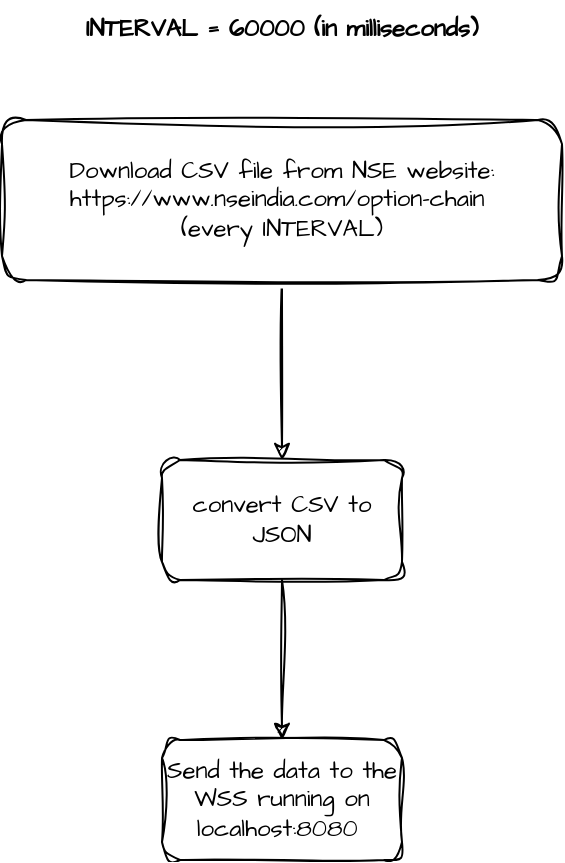
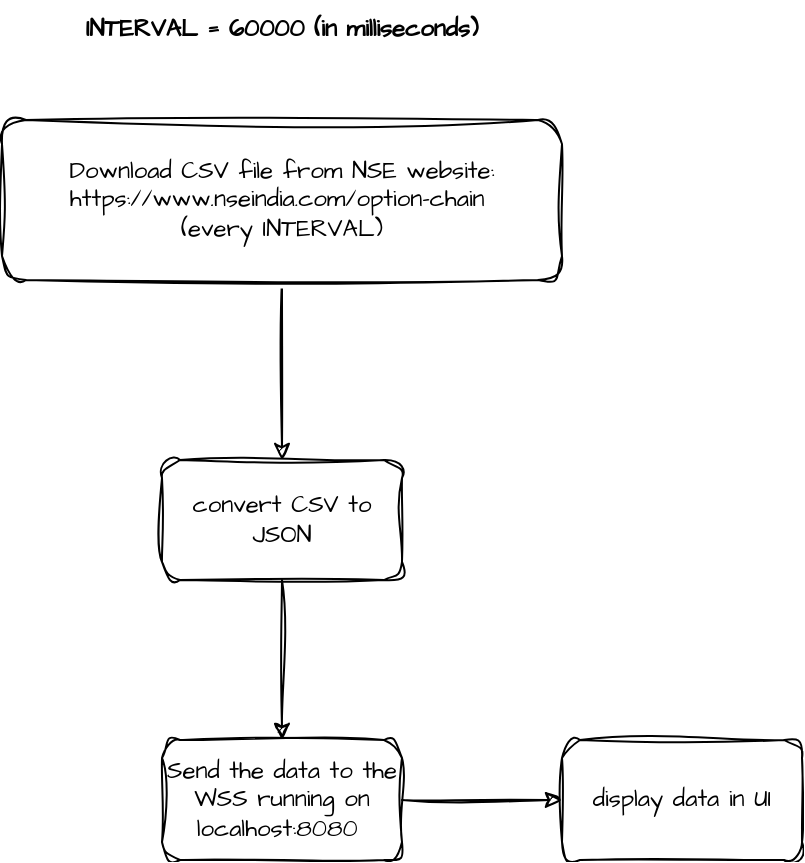
<mxfile host="app.diagrams.net" pages="7">
  <diagram id="DJJglXgiiesMZdZrMfj2" name="NSE OI Ticker">
    <mxGraphModel dx="1357" dy="626" grid="1" gridSize="10" guides="1" tooltips="1" connect="1" arrows="1" fold="1" page="0" pageScale="1" pageWidth="402" pageHeight="874" math="0" shadow="0">
      <root>
        <mxCell id="0" />
        <mxCell id="1" parent="0" />
        <mxCell id="Dn79RjD0hEObntO6noCi-4" edge="1" parent="1" source="Dn79RjD0hEObntO6noCi-1" style="edgeStyle=orthogonalEdgeStyle;rounded=0;sketch=1;hachureGap=4;jiggle=2;curveFitting=1;orthogonalLoop=1;jettySize=auto;html=1;fontFamily=Architects Daughter;fontSource=https%3A%2F%2Ffonts.googleapis.com%2Fcss%3Ffamily%3DArchitects%2BDaughter;" target="Dn79RjD0hEObntO6noCi-3" value="">
          <mxGeometry relative="1" as="geometry" />
        </mxCell>
        <mxCell id="Dn79RjD0hEObntO6noCi-1" parent="1" style="rounded=1;whiteSpace=wrap;html=1;sketch=1;hachureGap=4;jiggle=2;curveFitting=1;fontFamily=Architects Daughter;fontSource=https%3A%2F%2Ffonts.googleapis.com%2Fcss%3Ffamily%3DArchitects%2BDaughter;" value="&lt;div&gt;Download CSV file from NSE website: https://www.nseindia.com/option-chain&amp;nbsp;&lt;/div&gt;&lt;div&gt;(every INTERVAL)&lt;/div&gt;" vertex="1">
          <mxGeometry height="80" width="280" x="-30" y="120" as="geometry" />
        </mxCell>
        <mxCell id="Dn79RjD0hEObntO6noCi-2" parent="1" style="text;html=1;whiteSpace=wrap;strokeColor=none;fillColor=none;align=center;verticalAlign=middle;rounded=0;fontFamily=Architects Daughter;fontSource=https%3A%2F%2Ffonts.googleapis.com%2Fcss%3Ffamily%3DArchitects%2BDaughter;fontStyle=1" value="INTERVAL = 60000 (in milliseconds)" vertex="1">
          <mxGeometry height="30" width="220" y="60" as="geometry" />
        </mxCell>
        <mxCell id="Dn79RjD0hEObntO6noCi-6" edge="1" parent="1" source="Dn79RjD0hEObntO6noCi-3" style="edgeStyle=orthogonalEdgeStyle;rounded=0;sketch=1;hachureGap=4;jiggle=2;curveFitting=1;orthogonalLoop=1;jettySize=auto;html=1;fontFamily=Architects Daughter;fontSource=https%3A%2F%2Ffonts.googleapis.com%2Fcss%3Ffamily%3DArchitects%2BDaughter;" target="Dn79RjD0hEObntO6noCi-5" value="">
          <mxGeometry relative="1" as="geometry" />
        </mxCell>
        <mxCell id="Dn79RjD0hEObntO6noCi-3" parent="1" style="whiteSpace=wrap;html=1;fontFamily=Architects Daughter;rounded=1;sketch=1;hachureGap=4;jiggle=2;curveFitting=1;fontSource=https%3A%2F%2Ffonts.googleapis.com%2Fcss%3Ffamily%3DArchitects%2BDaughter;" value="convert CSV to JSON" vertex="1">
          <mxGeometry height="60" width="120" x="50" y="290" as="geometry" />
        </mxCell>
+         <mxCell id="Dn79RjD0hEObntO6noCi-8" edge="1" parent="1" source="Dn79RjD0hEObntO6noCi-5" style="edgeStyle=orthogonalEdgeStyle;rounded=0;sketch=1;hachureGap=4;jiggle=2;curveFitting=1;orthogonalLoop=1;jettySize=auto;html=1;fontFamily=Architects Daughter;fontSource=https%3A%2F%2Ffonts.googleapis.com%2Fcss%3Ffamily%3DArchitects%2BDaughter;" target="Dn79RjD0hEObntO6noCi-7" value="">
+           <mxGeometry relative="1" as="geometry" />
+         </mxCell>
        <mxCell id="Dn79RjD0hEObntO6noCi-5" parent="1" style="whiteSpace=wrap;html=1;fontFamily=Architects Daughter;rounded=1;sketch=1;hachureGap=4;jiggle=2;curveFitting=1;fontSource=https%3A%2F%2Ffonts.googleapis.com%2Fcss%3Ffamily%3DArchitects%2BDaughter;" value="Send the data to the WSS running on localhost:8080&amp;nbsp;" vertex="1">
          <mxGeometry height="60" width="120" x="50" y="430" as="geometry" />
+         </mxCell>
+         <mxCell id="Dn79RjD0hEObntO6noCi-7" parent="1" style="whiteSpace=wrap;html=1;fontFamily=Architects Daughter;rounded=1;sketch=1;hachureGap=4;jiggle=2;curveFitting=1;fontSource=https%3A%2F%2Ffonts.googleapis.com%2Fcss%3Ffamily%3DArchitects%2BDaughter;" value="display data in UI" vertex="1">
+           <mxGeometry height="60" width="120" x="250" y="430" as="geometry" />
        </mxCell>
      </root>
    </mxGraphModel>
  </diagram>
  <diagram id="4BpxD9aP9KdIrpdj0uMA" name="Arbitrage Page">
    <mxGraphModel dx="1357" dy="1026" grid="1" gridSize="10" guides="1" tooltips="1" connect="1" arrows="1" fold="1" page="0" pageScale="1" pageWidth="402" pageHeight="874" math="0" shadow="0">
      <root>
        <mxCell id="0" />
        <mxCell id="1" parent="0" />
        <mxCell id="s9Nx30N8KHW5dVmqoR0w-8" edge="1" parent="1" source="s9Nx30N8KHW5dVmqoR0w-1" style="edgeStyle=orthogonalEdgeStyle;rounded=0;sketch=1;hachureGap=4;jiggle=2;curveFitting=1;orthogonalLoop=1;jettySize=auto;html=1;strokeColor=#60E696;fontFamily=Architects Daughter;fontSource=https%3A%2F%2Ffonts.googleapis.com%2Fcss%3Ffamily%3DArchitects%2BDaughter;fontColor=#095C86;fillColor=#F694C1;" target="s9Nx30N8KHW5dVmqoR0w-7" value="">
          <mxGeometry relative="1" as="geometry" />
        </mxCell>
        <mxCell id="s9Nx30N8KHW5dVmqoR0w-16" edge="1" parent="1" source="s9Nx30N8KHW5dVmqoR0w-1" style="edgeStyle=orthogonalEdgeStyle;rounded=0;sketch=1;hachureGap=4;jiggle=2;curveFitting=1;orthogonalLoop=1;jettySize=auto;html=1;strokeColor=#60E696;fontFamily=Architects Daughter;fontSource=https%3A%2F%2Ffonts.googleapis.com%2Fcss%3Ffamily%3DArchitects%2BDaughter;fontColor=#095C86;fillColor=#F694C1;" target="s9Nx30N8KHW5dVmqoR0w-15" value="">
          <mxGeometry relative="1" as="geometry" />
        </mxCell>
        <mxCell id="s9Nx30N8KHW5dVmqoR0w-1" parent="1" style="whiteSpace=wrap;html=1;sketch=1;hachureGap=4;jiggle=2;curveFitting=1;strokeColor=#AF45ED;fontFamily=Architects Daughter;fontSource=https%3A%2F%2Ffonts.googleapis.com%2Fcss%3Ffamily%3DArchitects%2BDaughter;fontColor=#095C86;fillColor=#F694C1;" value="Arbitrage Page" vertex="1">
          <mxGeometry height="60" width="120" x="-110" y="240" as="geometry" />
        </mxCell>
        <mxCell id="s9Nx30N8KHW5dVmqoR0w-10" edge="1" parent="1" source="s9Nx30N8KHW5dVmqoR0w-7" style="edgeStyle=orthogonalEdgeStyle;rounded=0;sketch=1;hachureGap=4;jiggle=2;curveFitting=1;orthogonalLoop=1;jettySize=auto;html=1;strokeColor=#60E696;fontFamily=Architects Daughter;fontSource=https%3A%2F%2Ffonts.googleapis.com%2Fcss%3Ffamily%3DArchitects%2BDaughter;fontColor=#095C86;fillColor=#F694C1;" target="s9Nx30N8KHW5dVmqoR0w-9" value="">
          <mxGeometry relative="1" as="geometry" />
        </mxCell>
        <mxCell id="s9Nx30N8KHW5dVmqoR0w-12" edge="1" parent="1" source="s9Nx30N8KHW5dVmqoR0w-7" style="edgeStyle=orthogonalEdgeStyle;rounded=0;sketch=1;hachureGap=4;jiggle=2;curveFitting=1;orthogonalLoop=1;jettySize=auto;html=1;strokeColor=#60E696;fontFamily=Architects Daughter;fontSource=https%3A%2F%2Ffonts.googleapis.com%2Fcss%3Ffamily%3DArchitects%2BDaughter;fontColor=#095C86;fillColor=#F694C1;" target="s9Nx30N8KHW5dVmqoR0w-11" value="">
          <mxGeometry relative="1" as="geometry" />
        </mxCell>
        <mxCell id="s9Nx30N8KHW5dVmqoR0w-18" edge="1" parent="1" source="s9Nx30N8KHW5dVmqoR0w-7" style="edgeStyle=orthogonalEdgeStyle;rounded=0;sketch=1;hachureGap=4;jiggle=2;curveFitting=1;orthogonalLoop=1;jettySize=auto;html=1;strokeColor=#60E696;fontFamily=Architects Daughter;fontSource=https%3A%2F%2Ffonts.googleapis.com%2Fcss%3Ffamily%3DArchitects%2BDaughter;fontColor=#095C86;fillColor=#F694C1;" target="s9Nx30N8KHW5dVmqoR0w-17" value="">
          <mxGeometry relative="1" as="geometry" />
        </mxCell>
        <mxCell id="s9Nx30N8KHW5dVmqoR0w-7" parent="1" style="whiteSpace=wrap;html=1;fontFamily=Architects Daughter;fillColor=#F694C1;strokeColor=#AF45ED;fontColor=#095C86;sketch=1;hachureGap=4;jiggle=2;curveFitting=1;fontSource=https%3A%2F%2Ffonts.googleapis.com%2Fcss%3Ffamily%3DArchitects%2BDaughter;" value="Arbitrage Card" vertex="1">
          <mxGeometry height="60" width="120" x="100" y="130" as="geometry" />
        </mxCell>
        <mxCell id="s9Nx30N8KHW5dVmqoR0w-9" parent="1" style="whiteSpace=wrap;html=1;fontFamily=Architects Daughter;fillColor=#F694C1;strokeColor=#AF45ED;fontColor=#095C86;sketch=1;hachureGap=4;jiggle=2;curveFitting=1;fontSource=https%3A%2F%2Ffonts.googleapis.com%2Fcss%3Ffamily%3DArchitects%2BDaughter;" value="Grid Heading" vertex="1">
          <mxGeometry height="60" width="120" x="270" y="20" as="geometry" />
        </mxCell>
        <mxCell id="s9Nx30N8KHW5dVmqoR0w-14" edge="1" parent="1" source="s9Nx30N8KHW5dVmqoR0w-11" style="edgeStyle=orthogonalEdgeStyle;rounded=0;sketch=1;hachureGap=4;jiggle=2;curveFitting=1;orthogonalLoop=1;jettySize=auto;html=1;strokeColor=#60E696;fontFamily=Architects Daughter;fontSource=https%3A%2F%2Ffonts.googleapis.com%2Fcss%3Ffamily%3DArchitects%2BDaughter;fontColor=#095C86;fillColor=#F694C1;" target="s9Nx30N8KHW5dVmqoR0w-13" value="">
          <mxGeometry relative="1" as="geometry" />
        </mxCell>
        <mxCell id="s9Nx30N8KHW5dVmqoR0w-11" parent="1" style="whiteSpace=wrap;html=1;fontFamily=Architects Daughter;fillColor=#F694C1;strokeColor=#AF45ED;fontColor=#095C86;sketch=1;hachureGap=4;jiggle=2;curveFitting=1;fontSource=https%3A%2F%2Ffonts.googleapis.com%2Fcss%3Ffamily%3DArchitects%2BDaughter;" value="Grid Row" vertex="1">
          <mxGeometry height="60" width="120" x="270" y="250" as="geometry" />
        </mxCell>
        <mxCell id="s9Nx30N8KHW5dVmqoR0w-13" parent="1" style="whiteSpace=wrap;html=1;fontFamily=Architects Daughter;fillColor=#F694C1;strokeColor=#AF45ED;fontColor=#095C86;sketch=1;hachureGap=4;jiggle=2;curveFitting=1;fontSource=https%3A%2F%2Ffonts.googleapis.com%2Fcss%3Ffamily%3DArchitects%2BDaughter;" value="Grid Row View" vertex="1">
          <mxGeometry height="60" width="120" x="470" y="250" as="geometry" />
        </mxCell>
        <mxCell id="s9Nx30N8KHW5dVmqoR0w-15" parent="1" style="whiteSpace=wrap;html=1;fontFamily=Architects Daughter;fillColor=#F694C1;strokeColor=#AF45ED;fontColor=#095C86;sketch=1;hachureGap=4;jiggle=2;curveFitting=1;fontSource=https%3A%2F%2Ffonts.googleapis.com%2Fcss%3Ffamily%3DArchitects%2BDaughter;" value="Arbitrage Chart" vertex="1">
          <mxGeometry height="60" width="120" x="130" y="420" as="geometry" />
        </mxCell>
        <mxCell id="s9Nx30N8KHW5dVmqoR0w-17" parent="1" style="whiteSpace=wrap;html=1;fontFamily=Architects Daughter;fillColor=#F694C1;strokeColor=#AF45ED;fontColor=#095C86;sketch=1;hachureGap=4;jiggle=2;curveFitting=1;fontSource=https%3A%2F%2Ffonts.googleapis.com%2Fcss%3Ffamily%3DArchitects%2BDaughter;" value="Grid Wrapper" vertex="1">
          <mxGeometry height="60" width="120" x="240" y="-110" as="geometry" />
        </mxCell>
      </root>
    </mxGraphModel>
  </diagram>
  <diagram id="wPQbEJP3DVO_ncDqMHqx" name="Sessions Page">
    <mxGraphModel dx="2395" dy="1443" grid="1" gridSize="10" guides="1" tooltips="1" connect="1" arrows="1" fold="1" page="0" pageScale="1" pageWidth="402" pageHeight="874" math="0" shadow="0">
      <root>
        <mxCell id="0" />
        <mxCell id="1" parent="0" />
        <mxCell id="DB1AKVm6qyutKQlFYAWD-6" edge="1" parent="1" source="DB1AKVm6qyutKQlFYAWD-1" style="edgeStyle=orthogonalEdgeStyle;rounded=1;orthogonalLoop=1;jettySize=auto;html=1;sketch=1;curveFitting=1;jiggle=2;labelBackgroundColor=none;fontColor=default;strokeColor=#60E696;" target="DB1AKVm6qyutKQlFYAWD-5" value="">
          <mxGeometry relative="1" as="geometry" />
        </mxCell>
        <mxCell id="DB1AKVm6qyutKQlFYAWD-8" edge="1" parent="1" source="DB1AKVm6qyutKQlFYAWD-1" style="edgeStyle=orthogonalEdgeStyle;rounded=1;orthogonalLoop=1;jettySize=auto;html=1;sketch=1;curveFitting=1;jiggle=2;labelBackgroundColor=none;fontColor=default;strokeColor=#60E696;" target="DB1AKVm6qyutKQlFYAWD-7" value="">
          <mxGeometry relative="1" as="geometry">
            <Array as="points">
              <mxPoint x="120" y="270" />
            </Array>
          </mxGeometry>
        </mxCell>
        <mxCell id="DB1AKVm6qyutKQlFYAWD-10" edge="1" parent="1" source="DB1AKVm6qyutKQlFYAWD-1" style="edgeStyle=orthogonalEdgeStyle;rounded=1;orthogonalLoop=1;jettySize=auto;html=1;sketch=1;curveFitting=1;jiggle=2;labelBackgroundColor=none;fontColor=default;strokeColor=#60E696;" target="DB1AKVm6qyutKQlFYAWD-9" value="">
          <mxGeometry relative="1" as="geometry">
            <Array as="points">
              <mxPoint x="120" y="60" />
            </Array>
          </mxGeometry>
        </mxCell>
        <mxCell id="DB1AKVm6qyutKQlFYAWD-1" parent="1" style="rounded=1;whiteSpace=wrap;html=1;sketch=1;curveFitting=1;jiggle=2;labelBackgroundColor=none;fillColor=#F694C1;strokeColor=#AF45ED;fontColor=#095C86;" value="add-scrip" vertex="1">
          <mxGeometry height="60" width="120" x="60" y="130" as="geometry" />
        </mxCell>
        <mxCell id="DB1AKVm6qyutKQlFYAWD-4" edge="1" parent="1" source="DB1AKVm6qyutKQlFYAWD-3" style="edgeStyle=orthogonalEdgeStyle;rounded=1;orthogonalLoop=1;jettySize=auto;html=1;sketch=1;curveFitting=1;jiggle=2;labelBackgroundColor=none;fontColor=default;strokeColor=#60E696;" target="DB1AKVm6qyutKQlFYAWD-1" value="">
          <mxGeometry relative="1" as="geometry" />
        </mxCell>
        <mxCell id="DB1AKVm6qyutKQlFYAWD-12" edge="1" parent="1" source="DB1AKVm6qyutKQlFYAWD-3" style="edgeStyle=orthogonalEdgeStyle;rounded=1;orthogonalLoop=1;jettySize=auto;html=1;sketch=1;curveFitting=1;jiggle=2;labelBackgroundColor=none;fontColor=default;strokeColor=#60E696;" target="DB1AKVm6qyutKQlFYAWD-11" value="">
          <mxGeometry relative="1" as="geometry">
            <Array as="points">
              <mxPoint x="-100" y="360" />
            </Array>
          </mxGeometry>
        </mxCell>
        <mxCell id="DB1AKVm6qyutKQlFYAWD-3" parent="1" style="rounded=1;whiteSpace=wrap;html=1;sketch=1;curveFitting=1;jiggle=2;labelBackgroundColor=none;fillColor=#F694C1;strokeColor=#AF45ED;fontColor=#095C86;" value="add-session-cta" vertex="1">
          <mxGeometry height="60" width="120" x="-160" y="130" as="geometry" />
        </mxCell>
        <mxCell id="DB1AKVm6qyutKQlFYAWD-5" parent="1" style="whiteSpace=wrap;html=1;rounded=1;sketch=1;curveFitting=1;jiggle=2;labelBackgroundColor=none;fillColor=#F694C1;strokeColor=#AF45ED;fontColor=#095C86;" value="select-exchange" vertex="1">
          <mxGeometry height="60" width="120" x="310" y="130" as="geometry" />
        </mxCell>
        <mxCell id="ouMAoqMrmdJ_XqpmxOQB-3" edge="1" parent="1" source="DB1AKVm6qyutKQlFYAWD-7" style="edgeStyle=orthogonalEdgeStyle;rounded=1;sketch=1;hachureGap=4;jiggle=2;curveFitting=1;orthogonalLoop=1;jettySize=auto;html=1;fontFamily=Architects Daughter;fontSource=https%3A%2F%2Ffonts.googleapis.com%2Fcss%3Ffamily%3DArchitects%2BDaughter;labelBackgroundColor=none;fontColor=default;strokeColor=#60E696;" target="ouMAoqMrmdJ_XqpmxOQB-1">
          <mxGeometry relative="1" as="geometry" />
        </mxCell>
        <mxCell id="DB1AKVm6qyutKQlFYAWD-7" parent="1" style="whiteSpace=wrap;html=1;rounded=1;sketch=1;curveFitting=1;jiggle=2;labelBackgroundColor=none;fillColor=#F694C1;strokeColor=#AF45ED;fontColor=#095C86;" value="NSE Scrip Form" vertex="1">
          <mxGeometry height="60" width="120" x="310" y="220" as="geometry" />
        </mxCell>
        <mxCell id="ouMAoqMrmdJ_XqpmxOQB-2" edge="1" parent="1" source="DB1AKVm6qyutKQlFYAWD-9" style="edgeStyle=orthogonalEdgeStyle;rounded=1;sketch=1;hachureGap=4;jiggle=2;curveFitting=1;orthogonalLoop=1;jettySize=auto;html=1;fontFamily=Architects Daughter;fontSource=https%3A%2F%2Ffonts.googleapis.com%2Fcss%3Ffamily%3DArchitects%2BDaughter;labelBackgroundColor=none;fontColor=default;strokeColor=#60E696;" target="ouMAoqMrmdJ_XqpmxOQB-1" value="">
          <mxGeometry relative="1" as="geometry" />
        </mxCell>
        <mxCell id="DB1AKVm6qyutKQlFYAWD-9" parent="1" style="whiteSpace=wrap;html=1;rounded=1;sketch=1;curveFitting=1;jiggle=2;labelBackgroundColor=none;fillColor=#F694C1;strokeColor=#AF45ED;fontColor=#095C86;" value="NFO Scrip Form" vertex="1">
          <mxGeometry height="60" width="120" x="310" y="30" as="geometry" />
        </mxCell>
        <mxCell id="ouMAoqMrmdJ_XqpmxOQB-15" edge="1" parent="1" source="DB1AKVm6qyutKQlFYAWD-11" style="edgeStyle=orthogonalEdgeStyle;rounded=1;sketch=1;hachureGap=4;jiggle=2;curveFitting=1;orthogonalLoop=1;jettySize=auto;html=1;fontFamily=Architects Daughter;fontSource=https%3A%2F%2Ffonts.googleapis.com%2Fcss%3Ffamily%3DArchitects%2BDaughter;labelBackgroundColor=none;fontColor=default;strokeColor=#60E696;" target="ouMAoqMrmdJ_XqpmxOQB-14" value="">
          <mxGeometry relative="1" as="geometry" />
        </mxCell>
        <mxCell id="ouMAoqMrmdJ_XqpmxOQB-17" edge="1" parent="1" source="DB1AKVm6qyutKQlFYAWD-11" style="edgeStyle=orthogonalEdgeStyle;rounded=1;sketch=1;hachureGap=4;jiggle=2;curveFitting=1;orthogonalLoop=1;jettySize=auto;html=1;fontFamily=Architects Daughter;fontSource=https%3A%2F%2Ffonts.googleapis.com%2Fcss%3Ffamily%3DArchitects%2BDaughter;labelBackgroundColor=none;fontColor=default;strokeColor=#60E696;" target="ouMAoqMrmdJ_XqpmxOQB-16" value="">
          <mxGeometry relative="1" as="geometry">
            <Array as="points">
              <mxPoint x="120" y="520" />
            </Array>
          </mxGeometry>
        </mxCell>
        <mxCell id="DB1AKVm6qyutKQlFYAWD-11" parent="1" style="whiteSpace=wrap;html=1;rounded=1;sketch=1;curveFitting=1;jiggle=2;labelBackgroundColor=none;fillColor=#F694C1;strokeColor=#AF45ED;fontColor=#095C86;" value="scrip-list" vertex="1">
          <mxGeometry height="60" width="120" x="60" y="330" as="geometry" />
        </mxCell>
        <mxCell id="DB1AKVm6qyutKQlFYAWD-15" edge="1" parent="1" source="DB1AKVm6qyutKQlFYAWD-14" style="edgeStyle=orthogonalEdgeStyle;rounded=1;sketch=1;hachureGap=4;jiggle=2;curveFitting=1;orthogonalLoop=1;jettySize=auto;html=1;entryX=0;entryY=0.5;entryDx=0;entryDy=0;fontFamily=Architects Daughter;fontSource=https%3A%2F%2Ffonts.googleapis.com%2Fcss%3Ffamily%3DArchitects%2BDaughter;fontColor=default;labelBackgroundColor=none;strokeColor=#60E696;" target="DB1AKVm6qyutKQlFYAWD-3">
          <mxGeometry relative="1" as="geometry">
            <Array as="points">
              <mxPoint x="-360" y="160" />
            </Array>
          </mxGeometry>
        </mxCell>
        <mxCell id="ouMAoqMrmdJ_XqpmxOQB-28" edge="1" parent="1" source="DB1AKVm6qyutKQlFYAWD-14" style="edgeStyle=orthogonalEdgeStyle;rounded=1;sketch=1;hachureGap=4;jiggle=2;curveFitting=1;orthogonalLoop=1;jettySize=auto;html=1;entryX=0;entryY=0.5;entryDx=0;entryDy=0;fontFamily=Architects Daughter;fontSource=https%3A%2F%2Ffonts.googleapis.com%2Fcss%3Ffamily%3DArchitects%2BDaughter;labelBackgroundColor=none;fontColor=default;strokeColor=#60E696;" target="ouMAoqMrmdJ_XqpmxOQB-19">
          <mxGeometry relative="1" as="geometry">
            <Array as="points">
              <mxPoint x="-360" y="880" />
            </Array>
          </mxGeometry>
        </mxCell>
        <mxCell id="DB1AKVm6qyutKQlFYAWD-14" parent="1" style="rounded=1;whiteSpace=wrap;html=1;sketch=1;curveFitting=1;jiggle=2;labelBackgroundColor=none;fillColor=#F694C1;strokeColor=#AF45ED;fontColor=#095C86;" value="sessions-page" vertex="1">
          <mxGeometry height="60" width="120" x="-420" y="320" as="geometry" />
        </mxCell>
        <mxCell id="ouMAoqMrmdJ_XqpmxOQB-1" parent="1" style="whiteSpace=wrap;html=1;rounded=1;sketch=1;curveFitting=1;jiggle=2;labelBackgroundColor=none;fillColor=#F694C1;strokeColor=#AF45ED;fontColor=#095C86;" value="base form" vertex="1">
          <mxGeometry height="60" width="120" x="560" y="130" as="geometry" />
        </mxCell>
        <mxCell id="ouMAoqMrmdJ_XqpmxOQB-6" edge="1" parent="1" source="ouMAoqMrmdJ_XqpmxOQB-4" style="edgeStyle=orthogonalEdgeStyle;rounded=1;sketch=1;hachureGap=4;jiggle=2;curveFitting=1;orthogonalLoop=1;jettySize=auto;html=1;fontFamily=Architects Daughter;fontSource=https%3A%2F%2Ffonts.googleapis.com%2Fcss%3Ffamily%3DArchitects%2BDaughter;labelBackgroundColor=none;fontColor=default;strokeColor=#60E696;" target="ouMAoqMrmdJ_XqpmxOQB-5" value="">
          <mxGeometry relative="1" as="geometry" />
        </mxCell>
        <mxCell id="ouMAoqMrmdJ_XqpmxOQB-4" parent="1" style="whiteSpace=wrap;html=1;sketch=1;hachureGap=4;jiggle=2;curveFitting=1;fontFamily=Architects Daughter;fontSource=https%3A%2F%2Ffonts.googleapis.com%2Fcss%3Ffamily%3DArchitects%2BDaughter;labelBackgroundColor=none;rounded=1;fillColor=#F694C1;strokeColor=#AF45ED;fontColor=#095C86;" value="start Session" vertex="1">
          <mxGeometry height="60" width="120" x="900" y="-60" as="geometry" />
        </mxCell>
        <mxCell id="ouMAoqMrmdJ_XqpmxOQB-8" edge="1" parent="1" source="ouMAoqMrmdJ_XqpmxOQB-5" style="edgeStyle=orthogonalEdgeStyle;rounded=1;sketch=1;hachureGap=4;jiggle=2;curveFitting=1;orthogonalLoop=1;jettySize=auto;html=1;fontFamily=Architects Daughter;fontSource=https%3A%2F%2Ffonts.googleapis.com%2Fcss%3Ffamily%3DArchitects%2BDaughter;labelBackgroundColor=none;fontColor=default;strokeColor=#60E696;" target="ouMAoqMrmdJ_XqpmxOQB-7" value="">
          <mxGeometry relative="1" as="geometry" />
        </mxCell>
        <mxCell id="ouMAoqMrmdJ_XqpmxOQB-5" parent="1" style="whiteSpace=wrap;html=1;fontFamily=Architects Daughter;sketch=1;hachureGap=4;jiggle=2;curveFitting=1;fontSource=https%3A%2F%2Ffonts.googleapis.com%2Fcss%3Ffamily%3DArchitects%2BDaughter;labelBackgroundColor=none;rounded=1;fillColor=#F694C1;strokeColor=#AF45ED;fontColor=#095C86;" value="Place order" vertex="1">
          <mxGeometry height="60" width="120" x="1100" y="-60" as="geometry" />
        </mxCell>
        <mxCell id="ouMAoqMrmdJ_XqpmxOQB-10" edge="1" parent="1" source="ouMAoqMrmdJ_XqpmxOQB-7" style="edgeStyle=orthogonalEdgeStyle;rounded=1;sketch=1;hachureGap=4;jiggle=2;curveFitting=1;orthogonalLoop=1;jettySize=auto;html=1;fontFamily=Architects Daughter;fontSource=https%3A%2F%2Ffonts.googleapis.com%2Fcss%3Ffamily%3DArchitects%2BDaughter;labelBackgroundColor=none;fontColor=default;strokeColor=#60E696;" target="ouMAoqMrmdJ_XqpmxOQB-9" value="">
          <mxGeometry relative="1" as="geometry" />
        </mxCell>
        <mxCell id="ouMAoqMrmdJ_XqpmxOQB-7" parent="1" style="whiteSpace=wrap;html=1;fontFamily=Architects Daughter;sketch=1;hachureGap=4;jiggle=2;curveFitting=1;fontSource=https%3A%2F%2Ffonts.googleapis.com%2Fcss%3Ffamily%3DArchitects%2BDaughter;labelBackgroundColor=none;rounded=1;fillColor=#F694C1;strokeColor=#AF45ED;fontColor=#095C86;" value="update trade" vertex="1">
          <mxGeometry height="60" width="120" x="1300" y="-60" as="geometry" />
        </mxCell>
        <mxCell id="ouMAoqMrmdJ_XqpmxOQB-12" edge="1" parent="1" source="ouMAoqMrmdJ_XqpmxOQB-9" style="edgeStyle=orthogonalEdgeStyle;rounded=1;sketch=1;hachureGap=4;jiggle=2;curveFitting=1;orthogonalLoop=1;jettySize=auto;html=1;fontFamily=Architects Daughter;fontSource=https%3A%2F%2Ffonts.googleapis.com%2Fcss%3Ffamily%3DArchitects%2BDaughter;labelBackgroundColor=none;fontColor=default;strokeColor=#60E696;" target="ouMAoqMrmdJ_XqpmxOQB-11" value="">
          <mxGeometry relative="1" as="geometry" />
        </mxCell>
        <mxCell id="ouMAoqMrmdJ_XqpmxOQB-9" parent="1" style="whiteSpace=wrap;html=1;fontFamily=Architects Daughter;sketch=1;hachureGap=4;jiggle=2;curveFitting=1;fontSource=https%3A%2F%2Ffonts.googleapis.com%2Fcss%3Ffamily%3DArchitects%2BDaughter;labelBackgroundColor=none;rounded=1;fillColor=#F694C1;strokeColor=#AF45ED;fontColor=#095C86;" value="update netPosition" vertex="1">
          <mxGeometry height="60" width="120" x="1500" y="-60" as="geometry" />
        </mxCell>
        <mxCell id="ouMAoqMrmdJ_XqpmxOQB-11" parent="1" style="whiteSpace=wrap;html=1;fontFamily=Architects Daughter;sketch=1;hachureGap=4;jiggle=2;curveFitting=1;fontSource=https%3A%2F%2Ffonts.googleapis.com%2Fcss%3Ffamily%3DArchitects%2BDaughter;labelBackgroundColor=none;rounded=1;fillColor=#F694C1;strokeColor=#AF45ED;fontColor=#095C86;" value="update placedOrders?" vertex="1">
          <mxGeometry height="60" width="120" x="1700" y="-60" as="geometry" />
        </mxCell>
        <mxCell id="ouMAoqMrmdJ_XqpmxOQB-13" parent="1" style="html=1;verticalLabelPosition=bottom;align=center;labelBackgroundColor=none;verticalAlign=top;strokeWidth=2;shadow=0;dashed=0;shape=mxgraph.ios7.icons.tools;pointerEvents=1;sketch=1;hachureGap=4;jiggle=2;curveFitting=1;fontFamily=Architects Daughter;fontSource=https%3A%2F%2Ffonts.googleapis.com%2Fcss%3Ffamily%3DArchitects%2BDaughter;rounded=1;fillColor=#F694C1;strokeColor=#AF45ED;fontColor=#095C86;" value="" vertex="1">
          <mxGeometry height="50" width="50" x="1135" y="-20" as="geometry" />
        </mxCell>
        <mxCell id="ouMAoqMrmdJ_XqpmxOQB-14" parent="1" style="whiteSpace=wrap;html=1;rounded=1;sketch=1;curveFitting=1;jiggle=2;labelBackgroundColor=none;fillColor=#F694C1;strokeColor=#AF45ED;fontColor=#095C86;" value="live-price-cell" vertex="1">
          <mxGeometry height="60" width="120" x="260" y="330" as="geometry" />
        </mxCell>
        <mxCell id="ouMAoqMrmdJ_XqpmxOQB-16" parent="1" style="whiteSpace=wrap;html=1;rounded=1;sketch=1;curveFitting=1;jiggle=2;labelBackgroundColor=none;fillColor=#F694C1;strokeColor=#AF45ED;fontColor=#095C86;" value="charges-cell" vertex="1">
          <mxGeometry height="60" width="120" x="250" y="500" as="geometry" />
        </mxCell>
        <mxCell id="ouMAoqMrmdJ_XqpmxOQB-22" edge="1" parent="1" source="ouMAoqMrmdJ_XqpmxOQB-19" style="edgeStyle=orthogonalEdgeStyle;rounded=1;sketch=1;hachureGap=4;jiggle=2;curveFitting=1;orthogonalLoop=1;jettySize=auto;html=1;fontFamily=Architects Daughter;fontSource=https%3A%2F%2Ffonts.googleapis.com%2Fcss%3Ffamily%3DArchitects%2BDaughter;labelBackgroundColor=none;fontColor=default;strokeColor=#60E696;" target="ouMAoqMrmdJ_XqpmxOQB-21" value="">
          <mxGeometry relative="1" as="geometry" />
        </mxCell>
        <mxCell id="ouMAoqMrmdJ_XqpmxOQB-25" edge="1" parent="1" source="ouMAoqMrmdJ_XqpmxOQB-19" style="edgeStyle=orthogonalEdgeStyle;rounded=1;sketch=1;hachureGap=4;jiggle=2;curveFitting=1;orthogonalLoop=1;jettySize=auto;html=1;entryX=0;entryY=0.5;entryDx=0;entryDy=0;fontFamily=Architects Daughter;fontSource=https%3A%2F%2Ffonts.googleapis.com%2Fcss%3Ffamily%3DArchitects%2BDaughter;labelBackgroundColor=none;fontColor=default;strokeColor=#60E696;" target="ouMAoqMrmdJ_XqpmxOQB-23">
          <mxGeometry relative="1" as="geometry">
            <Array as="points">
              <mxPoint x="100" y="710" />
            </Array>
          </mxGeometry>
        </mxCell>
        <mxCell id="ouMAoqMrmdJ_XqpmxOQB-27" edge="1" parent="1" source="ouMAoqMrmdJ_XqpmxOQB-19" style="edgeStyle=orthogonalEdgeStyle;rounded=1;sketch=1;hachureGap=4;jiggle=2;curveFitting=1;orthogonalLoop=1;jettySize=auto;html=1;fontFamily=Architects Daughter;fontSource=https%3A%2F%2Ffonts.googleapis.com%2Fcss%3Ffamily%3DArchitects%2BDaughter;labelBackgroundColor=none;fontColor=default;strokeColor=#60E696;" target="ouMAoqMrmdJ_XqpmxOQB-26" value="">
          <mxGeometry relative="1" as="geometry">
            <Array as="points">
              <mxPoint x="100" y="1080" />
            </Array>
          </mxGeometry>
        </mxCell>
        <mxCell id="ouMAoqMrmdJ_XqpmxOQB-30" edge="1" parent="1" source="ouMAoqMrmdJ_XqpmxOQB-19" style="edgeStyle=orthogonalEdgeStyle;rounded=1;sketch=1;hachureGap=4;jiggle=2;curveFitting=1;orthogonalLoop=1;jettySize=auto;html=1;fontFamily=Architects Daughter;fontSource=https%3A%2F%2Ffonts.googleapis.com%2Fcss%3Ffamily%3DArchitects%2BDaughter;fontColor=default;labelBackgroundColor=none;strokeColor=#60E696;" target="ouMAoqMrmdJ_XqpmxOQB-29" value="">
          <mxGeometry relative="1" as="geometry">
            <Array as="points">
              <mxPoint x="80" y="610" />
            </Array>
          </mxGeometry>
        </mxCell>
        <mxCell id="ouMAoqMrmdJ_XqpmxOQB-19" parent="1" style="whiteSpace=wrap;html=1;rounded=1;sketch=1;curveFitting=1;jiggle=2;labelBackgroundColor=none;fillColor=#F694C1;strokeColor=#AF45ED;fontColor=#095C86;" value="session-card" vertex="1">
          <mxGeometry height="60" width="120" x="40" y="850" as="geometry" />
        </mxCell>
        <mxCell id="ouMAoqMrmdJ_XqpmxOQB-21" parent="1" style="whiteSpace=wrap;html=1;rounded=1;sketch=1;curveFitting=1;jiggle=2;labelBackgroundColor=none;fillColor=#F694C1;strokeColor=#AF45ED;fontColor=#095C86;" value="session-header" vertex="1">
          <mxGeometry height="60" width="120" x="290" y="850" as="geometry" />
        </mxCell>
        <mxCell id="ouMAoqMrmdJ_XqpmxOQB-32" edge="1" parent="1" source="ouMAoqMrmdJ_XqpmxOQB-23" style="edgeStyle=orthogonalEdgeStyle;rounded=1;sketch=1;hachureGap=4;jiggle=2;curveFitting=1;orthogonalLoop=1;jettySize=auto;html=1;fontFamily=Architects Daughter;fontSource=https%3A%2F%2Ffonts.googleapis.com%2Fcss%3Ffamily%3DArchitects%2BDaughter;fontColor=default;labelBackgroundColor=none;strokeColor=#60E696;" target="ouMAoqMrmdJ_XqpmxOQB-31" value="">
          <mxGeometry relative="1" as="geometry">
            <Array as="points">
              <mxPoint x="360" y="650" />
            </Array>
          </mxGeometry>
        </mxCell>
        <mxCell id="ouMAoqMrmdJ_XqpmxOQB-34" edge="1" parent="1" source="ouMAoqMrmdJ_XqpmxOQB-23" style="edgeStyle=orthogonalEdgeStyle;rounded=1;sketch=1;hachureGap=4;jiggle=2;curveFitting=1;orthogonalLoop=1;jettySize=auto;html=1;fontFamily=Architects Daughter;fontSource=https%3A%2F%2Ffonts.googleapis.com%2Fcss%3Ffamily%3DArchitects%2BDaughter;fontColor=default;labelBackgroundColor=none;strokeColor=#60E696;" target="ouMAoqMrmdJ_XqpmxOQB-33" value="">
          <mxGeometry relative="1" as="geometry" />
        </mxCell>
        <mxCell id="ouMAoqMrmdJ_XqpmxOQB-38" edge="1" parent="1" source="ouMAoqMrmdJ_XqpmxOQB-23" style="edgeStyle=orthogonalEdgeStyle;rounded=1;sketch=1;hachureGap=4;jiggle=2;curveFitting=1;orthogonalLoop=1;jettySize=auto;html=1;fontFamily=Architects Daughter;fontSource=https%3A%2F%2Ffonts.googleapis.com%2Fcss%3Ffamily%3DArchitects%2BDaughter;fontColor=default;labelBackgroundColor=none;strokeColor=#60E696;" target="ouMAoqMrmdJ_XqpmxOQB-37" value="">
          <mxGeometry relative="1" as="geometry">
            <Array as="points">
              <mxPoint x="360" y="790" />
              <mxPoint x="640" y="790" />
            </Array>
          </mxGeometry>
        </mxCell>
        <mxCell id="eX8Cx5BNWnft2gzvnQZb-2" edge="1" parent="1" source="ouMAoqMrmdJ_XqpmxOQB-23" style="edgeStyle=orthogonalEdgeStyle;rounded=0;sketch=1;hachureGap=4;jiggle=2;curveFitting=1;orthogonalLoop=1;jettySize=auto;html=1;fontFamily=Architects Daughter;fontSource=https%3A%2F%2Ffonts.googleapis.com%2Fcss%3Ffamily%3DArchitects%2BDaughter;entryX=0;entryY=0.5;entryDx=0;entryDy=0;labelBackgroundColor=none;fontColor=default;strokeColor=#60E696;" target="eX8Cx5BNWnft2gzvnQZb-3">
          <mxGeometry relative="1" as="geometry">
            <Array as="points">
              <mxPoint x="340" y="830" />
              <mxPoint x="600" y="830" />
              <mxPoint x="600" y="980" />
            </Array>
            <mxPoint x="600" y="1010" as="targetPoint" />
          </mxGeometry>
        </mxCell>
        <mxCell id="ouMAoqMrmdJ_XqpmxOQB-23" parent="1" style="whiteSpace=wrap;html=1;rounded=1;sketch=1;curveFitting=1;jiggle=2;labelBackgroundColor=none;fillColor=#F694C1;strokeColor=#AF45ED;fontColor=#095C86;" value="net-positions-grid" vertex="1">
          <mxGeometry height="60" width="120" x="300" y="680" as="geometry" />
        </mxCell>
        <mxCell id="ouMAoqMrmdJ_XqpmxOQB-26" parent="1" style="whiteSpace=wrap;html=1;rounded=1;sketch=1;curveFitting=1;jiggle=2;labelBackgroundColor=none;fillColor=#F694C1;strokeColor=#AF45ED;fontColor=#095C86;" value="pnl-summary" vertex="1">
          <mxGeometry height="60" width="120" x="300" y="1050" as="geometry" />
        </mxCell>
        <mxCell id="ouMAoqMrmdJ_XqpmxOQB-29" parent="1" style="whiteSpace=wrap;html=1;rounded=1;sketch=1;curveFitting=1;jiggle=2;labelBackgroundColor=none;fillColor=#F694C1;strokeColor=#AF45ED;fontColor=#095C86;" value="GridWrapper" vertex="1">
          <mxGeometry height="60" width="120" x="300" y="580" as="geometry" />
        </mxCell>
        <mxCell id="ouMAoqMrmdJ_XqpmxOQB-31" parent="1" style="whiteSpace=wrap;html=1;rounded=1;sketch=1;curveFitting=1;jiggle=2;labelBackgroundColor=none;fillColor=#F694C1;strokeColor=#AF45ED;fontColor=#095C86;" value="header" vertex="1">
          <mxGeometry height="60" width="120" x="700" y="600" as="geometry" />
        </mxCell>
        <mxCell id="ouMAoqMrmdJ_XqpmxOQB-33" parent="1" style="whiteSpace=wrap;html=1;rounded=1;sketch=1;curveFitting=1;jiggle=2;labelBackgroundColor=none;fillColor=#F694C1;strokeColor=#AF45ED;fontColor=#095C86;" value="table-heading" vertex="1">
          <mxGeometry height="60" width="120" x="700" y="710" as="geometry" />
        </mxCell>
        <mxCell id="ouMAoqMrmdJ_XqpmxOQB-40" edge="1" parent="1" source="ouMAoqMrmdJ_XqpmxOQB-37" style="edgeStyle=orthogonalEdgeStyle;rounded=1;sketch=1;hachureGap=4;jiggle=2;curveFitting=1;orthogonalLoop=1;jettySize=auto;html=1;fontFamily=Architects Daughter;fontSource=https%3A%2F%2Ffonts.googleapis.com%2Fcss%3Ffamily%3DArchitects%2BDaughter;fontColor=default;labelBackgroundColor=none;strokeColor=#60E696;" target="ouMAoqMrmdJ_XqpmxOQB-39" value="">
          <mxGeometry relative="1" as="geometry" />
        </mxCell>
        <mxCell id="ouMAoqMrmdJ_XqpmxOQB-41" edge="1" parent="1" source="ouMAoqMrmdJ_XqpmxOQB-37" style="edgeStyle=orthogonalEdgeStyle;rounded=1;sketch=1;hachureGap=4;jiggle=2;curveFitting=1;orthogonalLoop=1;jettySize=auto;html=1;fontFamily=Architects Daughter;fontSource=https%3A%2F%2Ffonts.googleapis.com%2Fcss%3Ffamily%3DArchitects%2BDaughter;fontColor=default;labelBackgroundColor=none;strokeColor=#60E696;" target="ouMAoqMrmdJ_XqpmxOQB-39" value="">
          <mxGeometry relative="1" as="geometry" />
        </mxCell>
        <mxCell id="ouMAoqMrmdJ_XqpmxOQB-43" edge="1" parent="1" source="ouMAoqMrmdJ_XqpmxOQB-37" style="edgeStyle=orthogonalEdgeStyle;rounded=1;sketch=1;hachureGap=4;jiggle=2;curveFitting=1;orthogonalLoop=1;jettySize=auto;html=1;fontFamily=Architects Daughter;fontSource=https%3A%2F%2Ffonts.googleapis.com%2Fcss%3Ffamily%3DArchitects%2BDaughter;fontColor=default;labelBackgroundColor=none;strokeColor=#60E696;" target="ouMAoqMrmdJ_XqpmxOQB-42" value="">
          <mxGeometry relative="1" as="geometry">
            <Array as="points">
              <mxPoint x="865" y="860" />
              <mxPoint x="865" y="890" />
            </Array>
          </mxGeometry>
        </mxCell>
        <mxCell id="ouMAoqMrmdJ_XqpmxOQB-37" parent="1" style="whiteSpace=wrap;html=1;rounded=1;sketch=1;curveFitting=1;jiggle=2;labelBackgroundColor=none;fillColor=#F694C1;strokeColor=#AF45ED;fontColor=#095C86;" value="instrument-row" vertex="1">
          <mxGeometry height="60" width="120" x="700" y="810" as="geometry" />
        </mxCell>
        <mxCell id="ouMAoqMrmdJ_XqpmxOQB-39" parent="1" style="whiteSpace=wrap;html=1;rounded=1;sketch=1;curveFitting=1;jiggle=2;labelBackgroundColor=none;fillColor=#F694C1;strokeColor=#AF45ED;fontColor=#095C86;" value="buy-sell-cta" vertex="1">
          <mxGeometry height="60" width="120" x="910" y="750" as="geometry" />
        </mxCell>
        <mxCell id="ouMAoqMrmdJ_XqpmxOQB-42" parent="1" style="whiteSpace=wrap;html=1;rounded=1;sketch=1;curveFitting=1;jiggle=2;labelBackgroundColor=none;fillColor=#F694C1;strokeColor=#AF45ED;fontColor=#095C86;" value="instrument-row-view" vertex="1">
          <mxGeometry height="60" width="120" x="910" y="860" as="geometry" />
        </mxCell>
        <mxCell id="eX8Cx5BNWnft2gzvnQZb-3" parent="1" style="rounded=1;whiteSpace=wrap;html=1;sketch=1;hachureGap=4;jiggle=2;curveFitting=1;fontFamily=Architects Daughter;fontSource=https%3A%2F%2Ffonts.googleapis.com%2Fcss%3Ffamily%3DArchitects%2BDaughter;labelBackgroundColor=none;fillColor=#F694C1;strokeColor=#AF45ED;fontColor=#095C86;" value="pnl-summary" vertex="1">
          <mxGeometry height="60" width="120" x="700" y="950" as="geometry" />
        </mxCell>
      </root>
    </mxGraphModel>
  </diagram>
  <diagram id="YVkBlKKJ4RNEtawBKbZk" name="Session">
    <mxGraphModel dx="1357" dy="626" grid="1" gridSize="10" guides="1" tooltips="1" connect="1" arrows="1" fold="1" page="0" pageScale="1" pageWidth="402" pageHeight="874" math="0" shadow="0">
      <root>
        <mxCell id="0" />
        <mxCell id="1" parent="0" />
        <mxCell id="b8iQl_XISdQ6rZ6kNcMQ-3" edge="1" parent="1" source="b8iQl_XISdQ6rZ6kNcMQ-1" style="edgeStyle=orthogonalEdgeStyle;rounded=0;orthogonalLoop=1;jettySize=auto;html=1;" target="b8iQl_XISdQ6rZ6kNcMQ-2" value="">
          <mxGeometry relative="1" as="geometry" />
        </mxCell>
        <mxCell id="b8iQl_XISdQ6rZ6kNcMQ-1" parent="1" style="rounded=1;whiteSpace=wrap;html=1;" value="start session" vertex="1">
          <mxGeometry height="60" width="120" x="-200" y="80" as="geometry" />
        </mxCell>
        <mxCell id="b8iQl_XISdQ6rZ6kNcMQ-5" edge="1" parent="1" source="b8iQl_XISdQ6rZ6kNcMQ-2" style="edgeStyle=orthogonalEdgeStyle;rounded=0;orthogonalLoop=1;jettySize=auto;html=1;" target="b8iQl_XISdQ6rZ6kNcMQ-4" value="">
          <mxGeometry relative="1" as="geometry" />
        </mxCell>
        <mxCell id="b8iQl_XISdQ6rZ6kNcMQ-2" parent="1" style="whiteSpace=wrap;html=1;rounded=1;" value="place orders&amp;nbsp;&lt;br&gt;(all or none)" vertex="1">
          <mxGeometry height="60" width="120" y="80" as="geometry" />
        </mxCell>
        <mxCell id="b8iQl_XISdQ6rZ6kNcMQ-7" edge="1" parent="1" source="b8iQl_XISdQ6rZ6kNcMQ-4" style="edgeStyle=orthogonalEdgeStyle;rounded=0;orthogonalLoop=1;jettySize=auto;html=1;" target="b8iQl_XISdQ6rZ6kNcMQ-6" value="">
          <mxGeometry relative="1" as="geometry" />
        </mxCell>
        <mxCell id="b8iQl_XISdQ6rZ6kNcMQ-4" parent="1" style="whiteSpace=wrap;html=1;rounded=1;" value="update margins" vertex="1">
          <mxGeometry height="60" width="120" x="200" y="80" as="geometry" />
        </mxCell>
        <mxCell id="b8iQl_XISdQ6rZ6kNcMQ-6" parent="1" style="whiteSpace=wrap;html=1;rounded=1;" value="create session" vertex="1">
          <mxGeometry height="60" width="120" x="200" y="200" as="geometry" />
        </mxCell>
        <mxCell id="b8iQl_XISdQ6rZ6kNcMQ-8" parent="1" style="rounded=1;whiteSpace=wrap;html=1;fillColor=#fff2cc;strokeColor=#d6b656;" value="firebase" vertex="1">
          <mxGeometry height="40" width="80" x="300" y="190" as="geometry" />
        </mxCell>
        <mxCell id="b8iQl_XISdQ6rZ6kNcMQ-9" parent="1" style="rounded=1;whiteSpace=wrap;html=1;fillColor=#fff2cc;strokeColor=#d6b656;" value="kite" vertex="1">
          <mxGeometry height="40" width="80" x="80" y="50" as="geometry" />
        </mxCell>
        <mxCell id="b8iQl_XISdQ6rZ6kNcMQ-10" parent="1" style="rounded=1;whiteSpace=wrap;html=1;fillColor=#fff2cc;strokeColor=#d6b656;" value="firebase" vertex="1">
          <mxGeometry height="40" width="80" x="290" y="60" as="geometry" />
        </mxCell>
      </root>
    </mxGraphModel>
  </diagram>
  <diagram id="4KjMPYYtLXdBkkJX1B08" name="Auth">
    <mxGraphModel dx="1276" dy="835" grid="0" gridSize="10" guides="1" tooltips="1" connect="1" arrows="1" fold="1" page="0" pageScale="1" pageWidth="402" pageHeight="874" math="0" shadow="0">
      <root>
        <mxCell id="0" />
        <mxCell id="1" parent="0" />
        <mxCell id="pPH6oVQiPgVcm9OUePWL-3" edge="1" parent="1" source="pPH6oVQiPgVcm9OUePWL-1" style="edgeStyle=orthogonalEdgeStyle;rounded=0;orthogonalLoop=1;jettySize=auto;html=1;" target="pPH6oVQiPgVcm9OUePWL-2" value="">
          <mxGeometry relative="1" as="geometry" />
        </mxCell>
        <mxCell id="pPH6oVQiPgVcm9OUePWL-1" parent="1" style="rounded=1;whiteSpace=wrap;html=1;" value="User clicks &quot;Login&quot; Button" vertex="1">
          <mxGeometry height="60" width="120" x="23" y="101" as="geometry" />
        </mxCell>
        <mxCell id="pPH6oVQiPgVcm9OUePWL-5" edge="1" parent="1" source="pPH6oVQiPgVcm9OUePWL-2" style="edgeStyle=orthogonalEdgeStyle;rounded=0;orthogonalLoop=1;jettySize=auto;html=1;" target="pPH6oVQiPgVcm9OUePWL-4" value="">
          <mxGeometry relative="1" as="geometry" />
        </mxCell>
        <mxCell id="pPH6oVQiPgVcm9OUePWL-2" parent="1" style="whiteSpace=wrap;html=1;rounded=1;" value="Open the Login URL" vertex="1">
          <mxGeometry height="60" width="120" x="223" y="101" as="geometry" />
        </mxCell>
        <mxCell id="pPH6oVQiPgVcm9OUePWL-7" edge="1" parent="1" source="pPH6oVQiPgVcm9OUePWL-4" style="edgeStyle=orthogonalEdgeStyle;rounded=0;orthogonalLoop=1;jettySize=auto;html=1;" target="pPH6oVQiPgVcm9OUePWL-6" value="">
          <mxGeometry relative="1" as="geometry" />
        </mxCell>
        <mxCell id="pPH6oVQiPgVcm9OUePWL-4" parent="1" style="whiteSpace=wrap;html=1;rounded=1;" value="User logins to Zerodha" vertex="1">
          <mxGeometry height="60" width="120" x="423" y="101" as="geometry" />
        </mxCell>
        <mxCell id="pPH6oVQiPgVcm9OUePWL-9" edge="1" parent="1" source="pPH6oVQiPgVcm9OUePWL-6" style="edgeStyle=orthogonalEdgeStyle;rounded=0;orthogonalLoop=1;jettySize=auto;html=1;" target="pPH6oVQiPgVcm9OUePWL-8" value="">
          <mxGeometry relative="1" as="geometry" />
        </mxCell>
        <mxCell id="pPH6oVQiPgVcm9OUePWL-6" parent="1" style="whiteSpace=wrap;html=1;rounded=1;" value="Redirected to callback URL with request_token&lt;br&gt;&lt;b&gt;http://localhost:3000/api/auth/kite/callback&lt;/b&gt;" vertex="1">
          <mxGeometry height="60" width="262" x="352" y="244" as="geometry" />
        </mxCell>
        <mxCell id="pPH6oVQiPgVcm9OUePWL-13" edge="1" parent="1" source="pPH6oVQiPgVcm9OUePWL-8" style="edgeStyle=orthogonalEdgeStyle;rounded=0;orthogonalLoop=1;jettySize=auto;html=1;" target="pPH6oVQiPgVcm9OUePWL-12" value="">
          <mxGeometry relative="1" as="geometry" />
        </mxCell>
        <mxCell id="pPH6oVQiPgVcm9OUePWL-8" parent="1" style="whiteSpace=wrap;html=1;rounded=1;" value="In loader for this route, generate the session" vertex="1">
          <mxGeometry height="60" width="120" x="17" y="244" as="geometry" />
        </mxCell>
        <mxCell id="pPH6oVQiPgVcm9OUePWL-15" edge="1" parent="1" source="pPH6oVQiPgVcm9OUePWL-12" style="edgeStyle=orthogonalEdgeStyle;rounded=0;orthogonalLoop=1;jettySize=auto;html=1;" target="pPH6oVQiPgVcm9OUePWL-14" value="">
          <mxGeometry relative="1" as="geometry" />
        </mxCell>
        <mxCell id="pPH6oVQiPgVcm9OUePWL-12" parent="1" style="whiteSpace=wrap;html=1;rounded=1;" value="Serialize and save the access token in cookie" vertex="1">
          <mxGeometry height="60" width="120" x="17" y="384" as="geometry" />
        </mxCell>
        <mxCell id="pPH6oVQiPgVcm9OUePWL-17" edge="1" parent="1" source="pPH6oVQiPgVcm9OUePWL-14" style="edgeStyle=orthogonalEdgeStyle;rounded=0;orthogonalLoop=1;jettySize=auto;html=1;" target="pPH6oVQiPgVcm9OUePWL-16" value="">
          <mxGeometry relative="1" as="geometry" />
        </mxCell>
        <mxCell id="pPH6oVQiPgVcm9OUePWL-14" parent="1" style="whiteSpace=wrap;html=1;rounded=1;" value="redirect to /dashboard" vertex="1">
          <mxGeometry height="60" width="120" x="217" y="384" as="geometry" />
        </mxCell>
        <mxCell id="pPH6oVQiPgVcm9OUePWL-19" edge="1" parent="1" source="pPH6oVQiPgVcm9OUePWL-16" style="edgeStyle=orthogonalEdgeStyle;rounded=0;orthogonalLoop=1;jettySize=auto;html=1;" target="pPH6oVQiPgVcm9OUePWL-18" value="">
          <mxGeometry relative="1" as="geometry" />
        </mxCell>
        <mxCell id="pPH6oVQiPgVcm9OUePWL-16" parent="1" style="whiteSpace=wrap;html=1;rounded=1;" value="in dashboard loader, get the access token from the cookie and send it to client" vertex="1">
          <mxGeometry height="60" width="120" x="417" y="384" as="geometry" />
        </mxCell>
        <mxCell id="pPH6oVQiPgVcm9OUePWL-21" edge="1" parent="1" source="pPH6oVQiPgVcm9OUePWL-18" style="edgeStyle=orthogonalEdgeStyle;rounded=0;orthogonalLoop=1;jettySize=auto;html=1;" target="pPH6oVQiPgVcm9OUePWL-20" value="">
          <mxGeometry relative="1" as="geometry" />
        </mxCell>
        <mxCell id="pPH6oVQiPgVcm9OUePWL-18" parent="1" style="whiteSpace=wrap;html=1;rounded=1;" value="front-end creates the kc client with api_key and access_token.&amp;nbsp;&amp;nbsp;" vertex="1">
          <mxGeometry height="60" width="120" x="617" y="384" as="geometry" />
        </mxCell>
        <mxCell id="pPH6oVQiPgVcm9OUePWL-20" parent="1" style="whiteSpace=wrap;html=1;rounded=1;" value="use kc client for calling Kite APIs" vertex="1">
          <mxGeometry height="60" width="120" x="617" y="524" as="geometry" />
        </mxCell>
      </root>
    </mxGraphModel>
  </diagram>
  <diagram name="UI/UX" id="5MV4RERJIjpIYta4IkZD">
    <mxGraphModel dx="3134" dy="2189" grid="0" gridSize="10" guides="1" tooltips="1" connect="1" arrows="1" fold="1" page="0" pageScale="1" pageWidth="402" pageHeight="874" background="#ffffff" math="0" shadow="0">
      <root>
        <mxCell id="0" />
        <mxCell id="1" parent="0" />
        <mxCell id="ExlUUjPYo0Ii6ma58Pc_-14" parent="1" style="rounded=1;whiteSpace=wrap;html=1;" value="" vertex="1">
          <mxGeometry height="321" width="1097" x="-296" y="-20" as="geometry" />
        </mxCell>
        <mxCell id="ExlUUjPYo0Ii6ma58Pc_-13" parent="1" style="rounded=1;whiteSpace=wrap;html=1;" value="" vertex="1">
          <mxGeometry height="321" width="1097" x="-287" y="732" as="geometry" />
        </mxCell>
        <mxCell id="iMmVTYed4h1aN_pzg3ix-1" parent="1" style="text;html=1;whiteSpace=wrap;strokeColor=none;fillColor=none;align=center;verticalAlign=middle;rounded=0;fontStyle=1;fontSize=48;fontColor=light-dark(#7a7978, #ededed);" value="Net Qty." vertex="1">
          <mxGeometry height="59" width="60" x="-120" y="72" as="geometry" />
        </mxCell>
        <mxCell id="iMmVTYed4h1aN_pzg3ix-2" parent="1" style="text;html=1;whiteSpace=wrap;strokeColor=none;fillColor=none;align=center;verticalAlign=middle;rounded=0;fontStyle=1;fontSize=48;fontColor=light-dark(#7a7978, #ededed);" value="AVG. PRICE" vertex="1">
          <mxGeometry height="59" width="60" x="149" y="61" as="geometry" />
        </mxCell>
        <mxCell id="iMmVTYed4h1aN_pzg3ix-3" parent="1" style="text;html=1;whiteSpace=wrap;strokeColor=none;fillColor=none;align=center;verticalAlign=middle;rounded=0;fontStyle=1;fontSize=48;fontColor=light-dark(#7a7978, #ededed);" value="LTP" vertex="1">
          <mxGeometry height="59" width="60" x="418" y="61" as="geometry" />
        </mxCell>
        <mxCell id="iMmVTYed4h1aN_pzg3ix-4" parent="1" style="text;html=1;whiteSpace=wrap;strokeColor=none;fillColor=none;align=center;verticalAlign=middle;rounded=0;fontStyle=1;fontSize=48;fontColor=light-dark(#7a7978, #ededed);" value="PnL" vertex="1">
          <mxGeometry height="59" width="60" x="687" y="61" as="geometry" />
        </mxCell>
        <mxCell id="iMmVTYed4h1aN_pzg3ix-5" parent="1" style="text;html=1;whiteSpace=wrap;strokeColor=none;fillColor=none;align=center;verticalAlign=middle;rounded=0;fontSize=36;fontStyle=1" value="100" vertex="1">
          <mxGeometry height="30" width="60" x="-120" y="211" as="geometry" />
        </mxCell>
        <mxCell id="iMmVTYed4h1aN_pzg3ix-6" parent="1" style="text;html=1;whiteSpace=wrap;strokeColor=none;fillColor=none;align=center;verticalAlign=middle;rounded=0;fontSize=36;fontStyle=1" value="36.40" vertex="1">
          <mxGeometry height="30" width="60" x="149" y="211" as="geometry" />
        </mxCell>
        <mxCell id="iMmVTYed4h1aN_pzg3ix-7" parent="1" style="text;html=1;whiteSpace=wrap;strokeColor=none;fillColor=none;align=center;verticalAlign=middle;rounded=0;fontSize=36;fontStyle=1" value="37.45" vertex="1">
          <mxGeometry height="30" width="60" x="418" y="211" as="geometry" />
        </mxCell>
        <mxCell id="iMmVTYed4h1aN_pzg3ix-8" parent="1" style="text;html=1;whiteSpace=wrap;strokeColor=none;fillColor=none;align=center;verticalAlign=middle;rounded=0;fontSize=36;fontStyle=1" value="100" vertex="1">
          <mxGeometry height="30" width="60" x="687" y="211" as="geometry" />
        </mxCell>
        <mxCell id="7si3vGMUa6yKKs87A3T9-2" edge="1" parent="1" source="7si3vGMUa6yKKs87A3T9-1" style="edgeStyle=orthogonalEdgeStyle;rounded=0;orthogonalLoop=1;jettySize=auto;html=1;exitX=0.5;exitY=0;exitDx=0;exitDy=0;entryX=0;entryY=0.5;entryDx=0;entryDy=0;" target="iMmVTYed4h1aN_pzg3ix-5">
          <mxGeometry relative="1" as="geometry">
            <Array as="points">
              <mxPoint x="-283" y="227" />
              <mxPoint x="-139" y="227" />
            </Array>
            <mxPoint x="-139.09090909090924" y="259.27272727272725" as="targetPoint" />
          </mxGeometry>
        </mxCell>
        <mxCell id="7si3vGMUa6yKKs87A3T9-1" parent="1" style="text;html=1;whiteSpace=wrap;strokeColor=none;fillColor=none;align=center;verticalAlign=middle;rounded=0;fontStyle=1" value="Red color if negative, blue color if positive" vertex="1">
          <mxGeometry height="70" width="129" x="-347" y="453" as="geometry" />
        </mxCell>
        <mxCell id="7si3vGMUa6yKKs87A3T9-4" edge="1" parent="1" source="7si3vGMUa6yKKs87A3T9-3" style="edgeStyle=orthogonalEdgeStyle;rounded=0;orthogonalLoop=1;jettySize=auto;html=1;entryX=0.5;entryY=1;entryDx=0;entryDy=0;" target="iMmVTYed4h1aN_pzg3ix-8">
          <mxGeometry relative="1" as="geometry" />
        </mxCell>
        <mxCell id="7si3vGMUa6yKKs87A3T9-3" parent="1" style="text;html=1;whiteSpace=wrap;strokeColor=none;fillColor=none;align=center;verticalAlign=middle;rounded=0;fontStyle=1" value="Red color if negative, blue color if positive" vertex="1">
          <mxGeometry height="70" width="129" x="681" y="398" as="geometry" />
        </mxCell>
        <mxCell id="7si3vGMUa6yKKs87A3T9-5" parent="1" style="text;html=1;whiteSpace=wrap;strokeColor=none;fillColor=none;align=center;verticalAlign=middle;rounded=0;" value="Will receive the following props:&lt;br&gt;netQuantity: number;&lt;br&gt;&lt;div&gt;averagePrice: number&lt;/div&gt;&lt;div&gt;ltp: number;&lt;/div&gt;" vertex="1">
          <mxGeometry height="101" width="203" x="-25" y="355" as="geometry" />
        </mxCell>
        <mxCell id="7si3vGMUa6yKKs87A3T9-6" parent="1" style="text;html=1;whiteSpace=wrap;strokeColor=none;fillColor=none;align=center;verticalAlign=middle;rounded=0;" value="PnL needs to be calculated by the component" vertex="1">
          <mxGeometry height="101" width="203" x="-21" y="482" as="geometry" />
        </mxCell>
        <mxCell id="7si3vGMUa6yKKs87A3T9-7" parent="1" style="text;html=1;whiteSpace=wrap;strokeColor=none;fillColor=none;align=center;verticalAlign=middle;rounded=0;fontStyle=1;fontSize=48;fontColor=light-dark(#7a7978, #ededed);" value="Net Qty." vertex="1">
          <mxGeometry height="59" width="60" x="-186" y="816" as="geometry" />
        </mxCell>
        <mxCell id="7si3vGMUa6yKKs87A3T9-8" parent="1" style="text;html=1;whiteSpace=wrap;strokeColor=none;fillColor=none;align=center;verticalAlign=middle;rounded=0;fontStyle=1;fontSize=48;fontColor=light-dark(#7a7978, #ededed);" value="AVG. PRICE" vertex="1">
          <mxGeometry height="59" width="60" x="83" y="805" as="geometry" />
        </mxCell>
        <mxCell id="7si3vGMUa6yKKs87A3T9-9" parent="1" style="text;html=1;whiteSpace=wrap;strokeColor=none;fillColor=none;align=center;verticalAlign=middle;rounded=0;fontStyle=1;fontSize=48;fontColor=light-dark(#7a7978, #ededed);" value="LTP" vertex="1">
          <mxGeometry height="59" width="60" x="352" y="805" as="geometry" />
        </mxCell>
        <mxCell id="7si3vGMUa6yKKs87A3T9-10" parent="1" style="text;html=1;whiteSpace=wrap;strokeColor=none;fillColor=none;align=center;verticalAlign=middle;rounded=0;fontStyle=1;fontSize=48;fontColor=light-dark(#7a7978, #ededed);" value="PnL" vertex="1">
          <mxGeometry height="59" width="60" x="621" y="805" as="geometry" />
        </mxCell>
        <mxCell id="7si3vGMUa6yKKs87A3T9-11" parent="1" style="text;html=1;whiteSpace=wrap;strokeColor=none;fillColor=none;align=center;verticalAlign=middle;rounded=0;fontSize=18;fontStyle=1" value="{props.netQuantity}" vertex="1">
          <mxGeometry height="30" width="60" x="-186" y="955" as="geometry" />
        </mxCell>
        <mxCell id="7si3vGMUa6yKKs87A3T9-12" parent="1" style="text;html=1;whiteSpace=wrap;strokeColor=none;fillColor=none;align=center;verticalAlign=middle;rounded=0;fontSize=18;fontStyle=1" value="&lt;div&gt;{props.averagePrice}&lt;/div&gt;" vertex="1">
          <mxGeometry height="30" width="60" x="83" y="955" as="geometry" />
        </mxCell>
        <mxCell id="7si3vGMUa6yKKs87A3T9-13" parent="1" style="text;html=1;whiteSpace=wrap;strokeColor=none;fillColor=none;align=center;verticalAlign=middle;rounded=0;fontSize=18;fontStyle=1" value="{props.ltp}" vertex="1">
          <mxGeometry height="30" width="60" x="352" y="955" as="geometry" />
        </mxCell>
        <mxCell id="7si3vGMUa6yKKs87A3T9-14" parent="1" style="text;html=1;whiteSpace=wrap;strokeColor=none;fillColor=none;align=center;verticalAlign=middle;rounded=0;fontSize=18;fontStyle=1" value="{pnl}" vertex="1">
          <mxGeometry height="30" width="60" x="621" y="955" as="geometry" />
        </mxCell>
        <mxCell id="ExlUUjPYo0Ii6ma58Pc_-1" parent="1" style="rounded=1;whiteSpace=wrap;html=1;" value="" vertex="1">
          <mxGeometry height="321" width="1253" x="-202" y="1234" as="geometry" />
        </mxCell>
        <mxCell id="ExlUUjPYo0Ii6ma58Pc_-2" parent="1" style="text;html=1;whiteSpace=wrap;strokeColor=none;fillColor=none;align=center;verticalAlign=middle;rounded=0;fontStyle=1;fontSize=48;fontColor=light-dark(#7a7978, #ededed);" value="Total Margin" vertex="1">
          <mxGeometry height="59" width="168" x="-154" y="1292" as="geometry" />
        </mxCell>
        <mxCell id="ExlUUjPYo0Ii6ma58Pc_-3" parent="1" style="text;html=1;whiteSpace=wrap;strokeColor=none;fillColor=none;align=center;verticalAlign=middle;rounded=0;fontStyle=1;fontSize=48;fontColor=light-dark(#7a7978, #ededed);" value="Utilized Margin" vertex="1">
          <mxGeometry height="59" width="168" x="330" y="1295" as="geometry" />
        </mxCell>
        <mxCell id="ExlUUjPYo0Ii6ma58Pc_-4" parent="1" style="text;html=1;whiteSpace=wrap;strokeColor=none;fillColor=none;align=center;verticalAlign=middle;rounded=0;fontStyle=1;fontSize=48;fontColor=light-dark(#7a7978, #ededed);" value="Net Margin" vertex="1">
          <mxGeometry height="59" width="168" x="813" y="1289" as="geometry" />
        </mxCell>
        <mxCell id="ExlUUjPYo0Ii6ma58Pc_-5" parent="1" style="text;html=1;whiteSpace=wrap;strokeColor=none;fillColor=none;align=center;verticalAlign=middle;rounded=0;fontSize=42;" value="₹2000" vertex="1">
          <mxGeometry height="30" width="60" x="-100" y="1412" as="geometry" />
        </mxCell>
        <mxCell id="ExlUUjPYo0Ii6ma58Pc_-7" parent="1" style="text;html=1;whiteSpace=wrap;strokeColor=none;fillColor=none;align=center;verticalAlign=middle;rounded=0;fontSize=42;" value="₹200" vertex="1">
          <mxGeometry height="30" width="60" x="384" y="1412" as="geometry" />
        </mxCell>
        <mxCell id="ExlUUjPYo0Ii6ma58Pc_-8" parent="1" style="text;html=1;whiteSpace=wrap;strokeColor=none;fillColor=none;align=center;verticalAlign=middle;rounded=0;fontSize=42;" value="₹1800" vertex="1">
          <mxGeometry height="30" width="60" x="867" y="1412" as="geometry" />
        </mxCell>
        <mxCell id="ExlUUjPYo0Ii6ma58Pc_-9" parent="1" style="html=1;shadow=0;dashed=0;shape=mxgraph.bootstrap.rrect;rSize=5;fillColor=#E9ECEF;strokeColor=none;" value="" vertex="1">
          <mxGeometry height="20" width="800" x="24.5" y="1507" as="geometry" />
        </mxCell>
        <mxCell id="ExlUUjPYo0Ii6ma58Pc_-10" parent="ExlUUjPYo0Ii6ma58Pc_-9" style="html=1;shadow=0;dashed=0;shape=mxgraph.bootstrap.leftButton;rSize=5;fillColor=#1CA5B8;strokeColor=none;resizeHeight=1;" value="" vertex="1">
          <mxGeometry height="20" relative="1" width="250" as="geometry" />
        </mxCell>
        <mxCell id="ExlUUjPYo0Ii6ma58Pc_-11" parent="1" style="text;html=1;whiteSpace=wrap;strokeColor=none;fillColor=none;align=center;verticalAlign=middle;rounded=0;fontSize=24;" value="The max value on the progress bar is the total margin and the filled in part is the utilized margin" vertex="1">
          <mxGeometry height="92" width="269" x="175" y="1620" as="geometry" />
        </mxCell>
        <mxCell id="ExlUUjPYo0Ii6ma58Pc_-12" edge="1" parent="1" source="ExlUUjPYo0Ii6ma58Pc_-11" style="edgeStyle=orthogonalEdgeStyle;rounded=0;orthogonalLoop=1;jettySize=auto;html=1;exitX=0.5;exitY=0;exitDx=0;exitDy=0;entryX=0.412;entryY=0.999;entryDx=0;entryDy=0;entryPerimeter=0;" target="ExlUUjPYo0Ii6ma58Pc_-1">
          <mxGeometry relative="1" as="geometry" />
        </mxCell>
      </root>
    </mxGraphModel>
  </diagram>
  <diagram id="dmkDPsUycKQvBsQ4H3Di" name="Kite-Fly-Ticker-Architecture">
    <mxGraphModel dx="1357" dy="626" grid="0" gridSize="10" guides="1" tooltips="1" connect="1" arrows="1" fold="1" page="0" pageScale="1" pageWidth="402" pageHeight="874" math="0" shadow="0">
      <root>
        <mxCell id="0" />
        <mxCell id="1" parent="0" />
        <mxCell id="FDZGNOtkY16CQce4NqAR-3" edge="1" parent="1" source="FDZGNOtkY16CQce4NqAR-1" style="edgeStyle=orthogonalEdgeStyle;rounded=0;orthogonalLoop=1;jettySize=auto;html=1;" target="FDZGNOtkY16CQce4NqAR-2" value="">
          <mxGeometry relative="1" as="geometry" />
        </mxCell>
        <mxCell id="FDZGNOtkY16CQce4NqAR-1" parent="1" style="rounded=1;whiteSpace=wrap;html=1;" value="Client posts a request - for example:&lt;br&gt;&lt;div&gt;&lt;br&gt;&lt;/div&gt;&lt;br&gt;&lt;div&gt;fetch(&quot;http://localhost:3000/api/ltp&quot;, () =&amp;gt; {&lt;/div&gt;&lt;div&gt;method: &quot;POST&quot;,&lt;/div&gt;&lt;div&gt;body: JSON.stringify({&lt;/div&gt;&lt;div&gt;instrument: &quot;WIPRO&quot;,&lt;br&gt;ltp: 128.10&lt;/div&gt;&lt;div&gt;})&lt;/div&gt;&lt;div&gt;})&lt;br&gt;&lt;br&gt;The call is made from another site - for ex. https://kite.zerodha.com&lt;/div&gt;" vertex="1">
          <mxGeometry height="236" width="345" x="-33" y="45" as="geometry" />
        </mxCell>
        <mxCell id="FDZGNOtkY16CQce4NqAR-5" edge="1" parent="1" source="FDZGNOtkY16CQce4NqAR-2" style="edgeStyle=orthogonalEdgeStyle;rounded=0;orthogonalLoop=1;jettySize=auto;html=1;" target="FDZGNOtkY16CQce4NqAR-4" value="">
          <mxGeometry relative="1" as="geometry" />
        </mxCell>
        <mxCell id="FDZGNOtkY16CQce4NqAR-2" parent="1" style="whiteSpace=wrap;html=1;rounded=1;" value="SERVER" vertex="1">
          <mxGeometry height="60" width="120" x="504.5" y="98.5" as="geometry" />
        </mxCell>
        <mxCell id="FDZGNOtkY16CQce4NqAR-8" edge="1" parent="1" source="FDZGNOtkY16CQce4NqAR-4" style="edgeStyle=orthogonalEdgeStyle;rounded=0;orthogonalLoop=1;jettySize=auto;html=1;exitX=0.75;exitY=1;exitDx=0;exitDy=0;entryX=1;entryY=0.75;entryDx=0;entryDy=0;" target="FDZGNOtkY16CQce4NqAR-6">
          <mxGeometry relative="1" as="geometry" />
        </mxCell>
        <mxCell id="FDZGNOtkY16CQce4NqAR-4" parent="1" style="whiteSpace=wrap;html=1;rounded=1;" value="Websocket" vertex="1">
          <mxGeometry height="60" width="120" x="504.5" y="265" as="geometry" />
        </mxCell>
        <mxCell id="FDZGNOtkY16CQce4NqAR-7" edge="1" parent="1" source="FDZGNOtkY16CQce4NqAR-6" style="edgeStyle=orthogonalEdgeStyle;rounded=0;orthogonalLoop=1;jettySize=auto;html=1;entryX=0.5;entryY=1;entryDx=0;entryDy=0;" target="FDZGNOtkY16CQce4NqAR-4">
          <mxGeometry relative="1" as="geometry" />
        </mxCell>
        <mxCell id="FDZGNOtkY16CQce4NqAR-6" parent="1" style="rounded=1;whiteSpace=wrap;html=1;" value="On another client,&lt;div&gt;new Websocket()&lt;/div&gt;// receive the data which is sent from /api/ltp" vertex="1">
          <mxGeometry height="167" width="345" x="1" y="392" as="geometry" />
        </mxCell>
      </root>
    </mxGraphModel>
  </diagram>
</mxfile>
